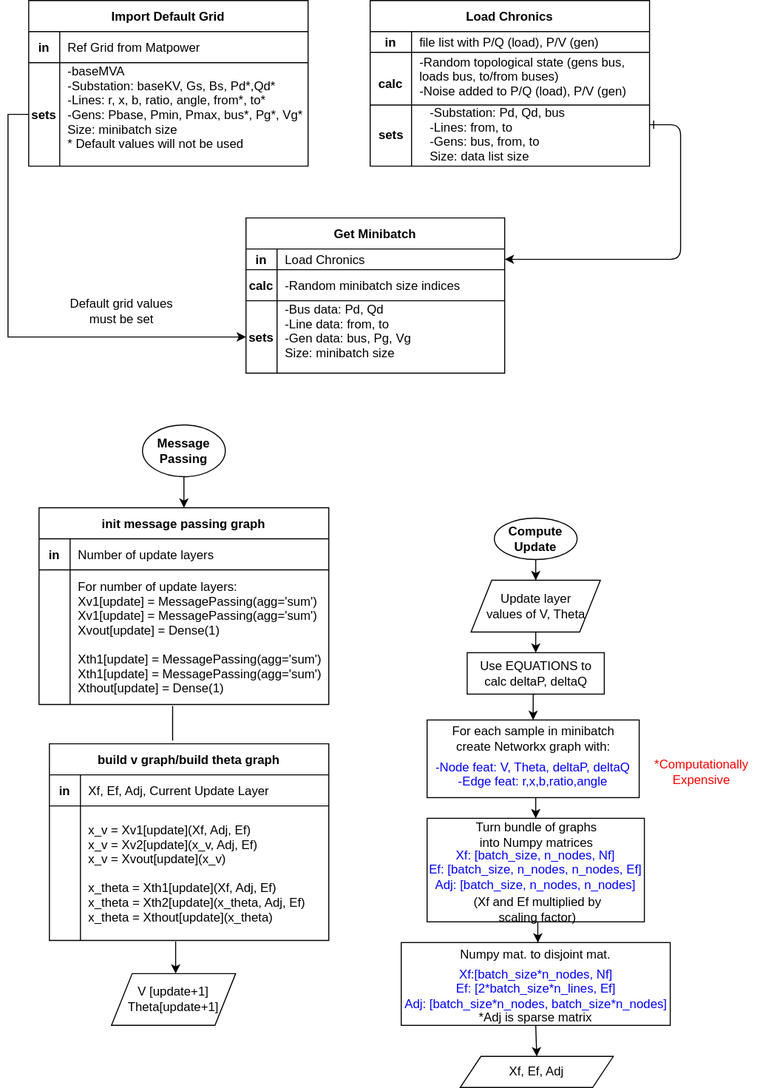
The draw.io diagram PFdiagrams.svg in tanushBee/RLC1, before a commit. Source tidied: cells renumbered, new cells last; positions are measured from the earlier drawing's top-left corner, leaving out a move shared by most shapes.
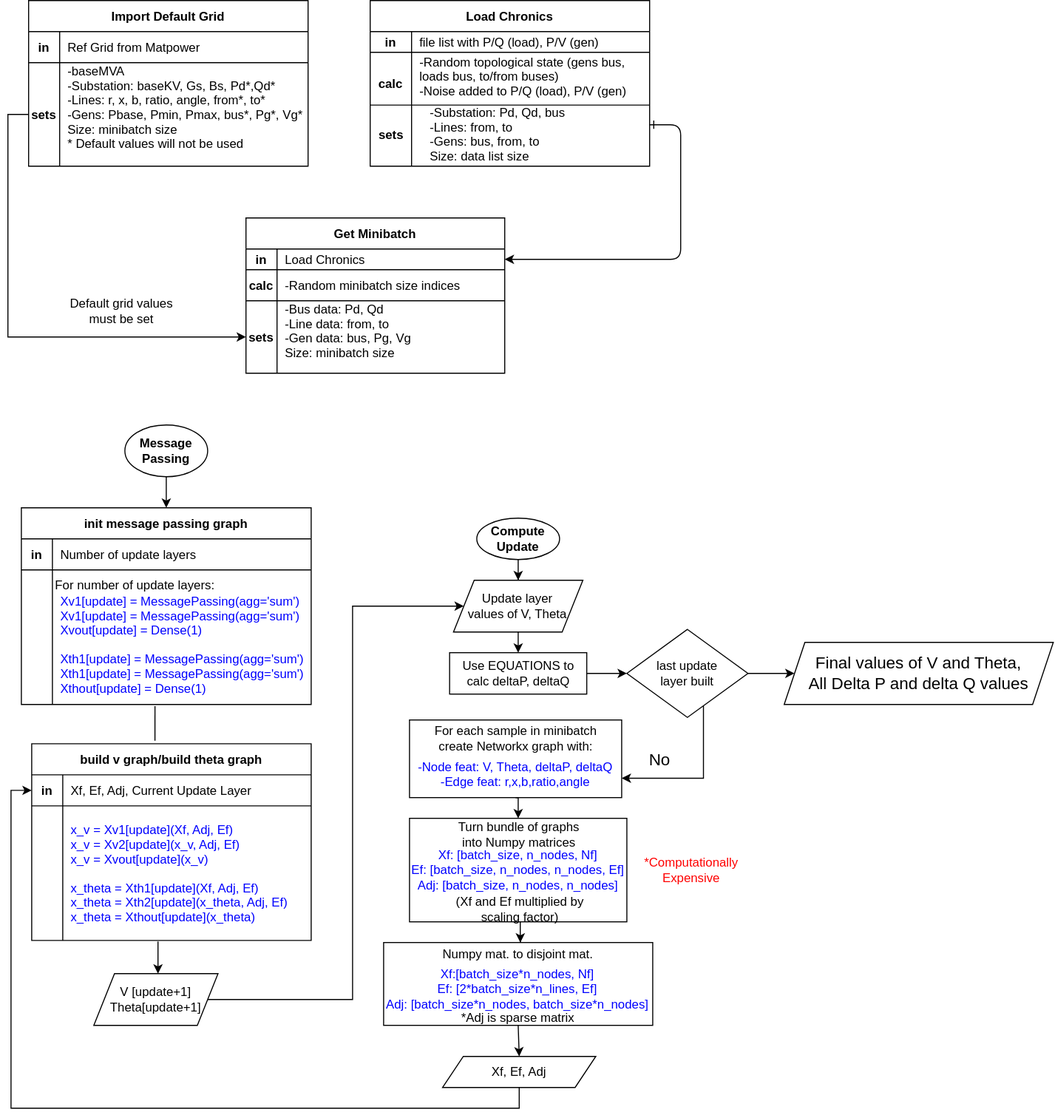
After the commit.

Change to the diagram source:
```diff
@@ -4,11 +4,11 @@
     <mxCell id="1" parent="0" />
     <mxCell id="2" style="edgeStyle=entityRelationEdgeStyle;endArrow=classic;startArrow=ERone;endFill=1;startFill=0;" parent="1" edge="1" target="15">
       <mxGeometry relative="1" as="geometry">
-        <mxPoint x="600" y="120" as="sourcePoint" />
+        <mxPoint x="617" y="120" as="sourcePoint" />
       </mxGeometry>
     </mxCell>
     <mxCell id="3" value="Load Chronics" style="shape=table;startSize=30;rowLines=0;fontStyle=1;align=center;" parent="1" vertex="1">
-      <mxGeometry x="330" width="270" height="160" as="geometry" />
+      <mxGeometry x="347" width="270" height="160" as="geometry" />
     </mxCell>
     <mxCell id="4" style="shape=partialRectangle;fillColor=none;top=0;left=0;right=0;bottom=1;" parent="3" vertex="1">
       <mxGeometry y="30" width="270" height="20" as="geometry" />
@@ -29,24 +29,24 @@
       <mxGeometry x="40" width="230" height="60" as="geometry" />
     </mxCell>
     <mxCell id="10" value="-Substation: Pd, Qd, bus&#10;-Lines: from, to&#10;-Gens: bus, from, to&#10;Size: data list size&#10;" style="shape=partialRectangle;overflow=hidden;fillColor=none;top=0;left=0;bottom=0;right=0;align=left;spacingLeft=6;" parent="1" vertex="1">
-      <mxGeometry x="380" y="100" width="220" height="70" as="geometry" />
+      <mxGeometry x="397" y="100" width="220" height="70" as="geometry" />
     </mxCell>
     <mxCell id="11" style="endArrow=none;html=1;exitX=0;exitY=0.85;exitDx=0;exitDy=0;exitPerimeter=0;" parent="1" edge="1" source="7">
       <mxGeometry relative="1" as="geometry">
-        <mxPoint x="600" y="101" as="targetPoint" />
+        <mxPoint x="617" y="101" as="targetPoint" />
       </mxGeometry>
     </mxCell>
     <mxCell id="12" value="sets" style="text;html=1;align=center;verticalAlign=middle;fontStyle=1;" parent="1" vertex="1">
-      <mxGeometry x="330" y="120" width="40" height="20" as="geometry" />
+      <mxGeometry x="347" y="120" width="40" height="20" as="geometry" />
     </mxCell>
     <mxCell id="13" style="endArrow=none;html=1;exitX=0;exitY=0.85;exitDx=0;exitDy=0;exitPerimeter=0;" parent="1" edge="1">
       <mxGeometry relative="1" as="geometry">
-        <mxPoint x="210" y="290" as="sourcePoint" />
-        <mxPoint x="460" y="290" as="targetPoint" />
+        <mxPoint x="227" y="290" as="sourcePoint" />
+        <mxPoint x="477" y="290" as="targetPoint" />
       </mxGeometry>
     </mxCell>
     <mxCell id="14" value="Get Minibatch" style="shape=table;startSize=30;rowLines=0;fontStyle=1;align=center;" parent="1" vertex="1">
-      <mxGeometry x="210" y="210" width="250" height="150" as="geometry" />
+      <mxGeometry x="227" y="210" width="250" height="150" as="geometry" />
     </mxCell>
     <mxCell id="15" style="shape=partialRectangle;fillColor=none;points=[[0,0.5],[1,0.5]];portConstraint=eastwest;top=0;left=0;right=0;bottom=1;" parent="14" vertex="1">
       <mxGeometry y="30" width="250" height="20" as="geometry" />
@@ -76,13 +76,13 @@
       <mxGeometry x="30" width="220" height="70" as="geometry" />
     </mxCell>
     <mxCell id="24" value="Default grid values must be set" style="text;html=1;strokeColor=none;fillColor=none;align=center;verticalAlign=middle;whiteSpace=wrap;rounded=0;" parent="1" vertex="1">
-      <mxGeometry x="30" y="290" width="120" height="20" as="geometry" />
+      <mxGeometry x="47" y="290" width="120" height="20" as="geometry" />
     </mxCell>
     <mxCell id="25" style="edgeStyle=orthogonalEdgeStyle;rounded=0;jettySize=auto;html=1;exitX=0;exitY=0.5;exitDx=0;exitDy=0;endArrow=classic;endFill=1;" parent="1" edge="1" source="30" target="21">
       <mxGeometry relative="1" as="geometry" />
     </mxCell>
     <mxCell id="26" value="Import Default Grid" style="shape=table;startSize=30;rowLines=0;fontStyle=1;align=center;" parent="1" vertex="1">
-      <mxGeometry width="270" height="160" as="geometry" />
+      <mxGeometry x="17" width="270" height="160" as="geometry" />
     </mxCell>
     <mxCell id="27" style="shape=partialRectangle;fillColor=none;top=0;left=0;right=0;bottom=1;" parent="26" vertex="1">
       <mxGeometry y="30" width="270" height="30" as="geometry" />
@@ -114,9 +114,9 @@
     <mxCell id="36" value="&lt;div&gt;Update layer&lt;/div&gt;&lt;div&gt;values of V, Theta&lt;br&gt;&lt;/div&gt;" style="shape=parallelogram;perimeter=parallelogramPerimeter;whiteSpace=wrap;html=1;fixedSize=1;" parent="1" vertex="1">
       <mxGeometry x="427.5" y="560" width="125" height="50" as="geometry" />
     </mxCell>
-    <mxCell id="37" style="edgeStyle=orthogonalEdgeStyle;rounded=0;jettySize=auto;html=1;exitX=0.5;exitY=1;exitDx=0;exitDy=0;entryX=0.5;entryY=0;entryDx=0;entryDy=0;endArrow=classic;endFill=1;" parent="1" edge="1" source="38" target="40">
-      <mxGeometry relative="1" as="geometry" />
-    </mxCell>
+    <mxCell id="71" style="edgeStyle=orthogonalEdgeStyle;rounded=0;jettySize=auto;html=1;exitX=1;exitY=0.5;exitDx=0;exitDy=0;entryX=0;entryY=0.5;entryDx=0;entryDy=0;endArrow=classic;endFill=1;fontColor=#000000;" parent="1" edge="1" source="38" target="77">
+      <mxGeometry relative="1" as="geometry" />
+    </mxCell>
     <mxCell id="38" value="Use EQUATIONS to calc deltaP, deltaQ" style="rounded=0;whiteSpace=wrap;html=1;" parent="1" vertex="1">
       <mxGeometry x="423.8" y="630" width="132.5" height="40" as="geometry" />
     </mxCell>
@@ -142,7 +142,7 @@
       <mxGeometry x="412" y="866" width="160" height="24" as="geometry" />
     </mxCell>
     <mxCell id="46" value="&lt;div&gt;*Computationally&lt;/div&gt;&lt;div&gt;Expensive&lt;br&gt;&lt;/div&gt;" style="text;html=1;align=center;verticalAlign=middle;fontColor=#FF0000;" parent="1" vertex="1">
-      <mxGeometry x="595" y="730" width="110" height="30" as="geometry" />
+      <mxGeometry x="602" y="825" width="110" height="30" as="geometry" />
     </mxCell>
     <mxCell id="47" value="&lt;div&gt;Numpy mat. to disjoint mat.&lt;/div&gt;&lt;div&gt;&lt;br&gt;&lt;/div&gt;&lt;div&gt;&lt;br&gt;&lt;/div&gt;&lt;div&gt;&lt;br&gt;&lt;/div&gt;&lt;div&gt;&lt;br&gt;&lt;/div&gt;" style="rounded=0;whiteSpace=wrap;html=1;" parent="1" vertex="1">
       <mxGeometry x="360" y="910" width="260" height="80" as="geometry" />
@@ -156,6 +156,15 @@
     <mxCell id="50" value="*Adj is sparse matrix" style="text;html=1;strokeColor=none;fillColor=none;align=center;verticalAlign=middle;whiteSpace=wrap;rounded=0;fontColor=#000000;" parent="1" vertex="1">
       <mxGeometry x="415" y="975" width="150" height="15" as="geometry" />
     </mxCell>
+    <mxCell id="72" style="edgeStyle=orthogonalEdgeStyle;rounded=0;jettySize=auto;html=1;entryX=0;entryY=0.5;entryDx=0;entryDy=0;endArrow=classic;endFill=1;fontColor=#000000;" parent="1" edge="1" source="51" target="65">
+      <mxGeometry relative="1" as="geometry">
+        <Array as="points">
+          <mxPoint x="491" y="1070" />
+          <mxPoint y="1070" />
+          <mxPoint y="763" />
+        </Array>
+      </mxGeometry>
+    </mxCell>
     <mxCell id="51" value="Xf, Ef, Adj" style="shape=parallelogram;perimeter=parallelogramPerimeter;whiteSpace=wrap;html=1;fixedSize=1;fontColor=#000000;" parent="1" vertex="1">
       <mxGeometry x="417" y="1020" width="148" height="30" as="geometry" />
     </mxCell>
@@ -165,6 +174,14 @@
     <mxCell id="53" value="&lt;div&gt;Message &lt;br&gt;&lt;/div&gt;&lt;div&gt;Passing&lt;br&gt;&lt;/div&gt;" style="ellipse;whiteSpace=wrap;html=1;fontColor=#000000;fontStyle=1;" parent="1" vertex="1">
       <mxGeometry x="110" y="410" width="80" height="50" as="geometry" />
     </mxCell>
+    <mxCell id="73" style="edgeStyle=orthogonalEdgeStyle;rounded=0;jettySize=auto;html=1;entryX=0;entryY=0.5;entryDx=0;entryDy=0;endArrow=classic;endFill=1;fontColor=#000000;" parent="1" edge="1" source="54" target="36">
+      <mxGeometry relative="1" as="geometry">
+        <Array as="points">
+          <mxPoint x="330" y="965" />
+          <mxPoint x="330" y="585" />
+        </Array>
+      </mxGeometry>
+    </mxCell>
     <mxCell id="54" value="&lt;div&gt;V [update+1]&lt;/div&gt;&lt;div&gt;Theta[update+1]&lt;br&gt;&lt;/div&gt;" style="shape=parallelogram;perimeter=parallelogramPerimeter;whiteSpace=wrap;html=1;fixedSize=1;fontColor=#000000;" parent="1" vertex="1">
       <mxGeometry x="80" y="940" width="120" height="50" as="geometry" />
     </mxCell>
@@ -195,7 +212,7 @@
     <mxCell id="62" style="shape=partialRectangle;overflow=hidden;fillColor=none;top=0;left=0;bottom=0;right=0;fontStyle=1;" parent="61" vertex="1">
       <mxGeometry width="30" height="130" as="geometry" />
     </mxCell>
-    <mxCell id="63" value="For number of update layers:&#10;Xv1[update] = MessagePassing(agg='sum')&#10;Xv1[update] = MessagePassing(agg='sum')&#10;Xvout[update] = Dense(1)&#10;&#10;Xth1[update] = MessagePassing(agg='sum')&#10;Xth1[update] = MessagePassing(agg='sum')&#10;Xthout[update] = Dense(1)" style="shape=partialRectangle;overflow=hidden;fillColor=none;top=0;left=0;bottom=0;right=0;align=left;spacingLeft=6;fontStyle=0;" parent="61" vertex="1">
+    <mxCell id="63" value="&#10;Xv1[update] = MessagePassing(agg='sum')&#10;Xv1[update] = MessagePassing(agg='sum')&#10;Xvout[update] = Dense(1)&#10;&#10;Xth1[update] = MessagePassing(agg='sum')&#10;Xth1[update] = MessagePassing(agg='sum')&#10;Xthout[update] = Dense(1)" style="shape=partialRectangle;overflow=hidden;fillColor=none;top=0;left=0;bottom=0;right=0;align=left;spacingLeft=6;fontStyle=0;fontColor=#0000FF;" parent="61" vertex="1">
       <mxGeometry x="30" width="250" height="130" as="geometry" />
     </mxCell>
     <mxCell id="64" value="build v graph/build theta graph" style="shape=table;startSize=30;rowLines=0;fontStyle=1;align=center;" parent="1" vertex="1">
@@ -216,8 +233,30 @@
     <mxCell id="69" style="shape=partialRectangle;overflow=hidden;fillColor=none;top=0;left=0;bottom=0;right=0;fontStyle=1;" parent="68" vertex="1">
       <mxGeometry width="30" height="130" as="geometry" />
     </mxCell>
-    <mxCell id="70" value="x_v = Xv1[update](Xf, Adj, Ef)&#10;x_v = Xv2[update](x_v, Adj, Ef)&#10;x_v = Xvout[update](x_v)&#10;&#10;x_theta = Xth1[update](Xf, Adj, Ef)&#10;x_theta = Xth2[update](x_theta, Adj, Ef)&#10;x_theta = Xthout[update](x_theta)" style="shape=partialRectangle;overflow=hidden;fillColor=none;top=0;left=0;bottom=0;right=0;align=left;spacingLeft=6;fontStyle=0;" parent="68" vertex="1">
+    <mxCell id="70" value="x_v = Xv1[update](Xf, Adj, Ef)&#10;x_v = Xv2[update](x_v, Adj, Ef)&#10;x_v = Xvout[update](x_v)&#10;&#10;x_theta = Xth1[update](Xf, Adj, Ef)&#10;x_theta = Xth2[update](x_theta, Adj, Ef)&#10;x_theta = Xthout[update](x_theta)" style="shape=partialRectangle;overflow=hidden;fillColor=none;top=0;left=0;bottom=0;right=0;align=left;spacingLeft=6;fontStyle=0;fontColor=#0000FF;" parent="68" vertex="1">
       <mxGeometry x="30" width="240" height="130" as="geometry" />
     </mxCell>
+    <mxCell id="74" value="For number of update layers:" style="text;html=1;strokeColor=none;fillColor=none;align=center;verticalAlign=middle;whiteSpace=wrap;rounded=0;" parent="1" vertex="1">
+      <mxGeometry x="30" y="555" width="180" height="20" as="geometry" />
+    </mxCell>
+    <mxCell id="75" style="edgeStyle=orthogonalEdgeStyle;rounded=0;jettySize=auto;html=1;entryX=1;entryY=0.75;entryDx=0;entryDy=0;endArrow=classic;endFill=1;fontColor=#000000;" parent="1" edge="1" source="77" target="40">
+      <mxGeometry relative="1" as="geometry">
+        <Array as="points">
+          <mxPoint x="669" y="751" />
+        </Array>
+      </mxGeometry>
+    </mxCell>
+    <mxCell id="76" style="edgeStyle=orthogonalEdgeStyle;rounded=0;jettySize=auto;html=1;entryX=0;entryY=0.5;entryDx=0;entryDy=0;endArrow=classic;endFill=1;fontSize=16;fontColor=#000000;" parent="1" edge="1" source="77" target="79">
+      <mxGeometry relative="1" as="geometry" />
+    </mxCell>
+    <mxCell id="77" value="&lt;div&gt;last update&lt;/div&gt;&lt;div&gt;layer built&lt;br&gt;&lt;/div&gt;" style="rhombus;whiteSpace=wrap;html=1;fontColor=#000000;" parent="1" vertex="1">
+      <mxGeometry x="595" y="607.5" width="117" height="85" as="geometry" />
+    </mxCell>
+    <mxCell id="78" value="No" style="text;html=1;strokeColor=none;fillColor=none;align=center;verticalAlign=middle;whiteSpace=wrap;rounded=0;fontColor=#000000;fontSize=16;" parent="1" vertex="1">
+      <mxGeometry x="607" y="723" width="40" height="20" as="geometry" />
+    </mxCell>
+    <mxCell id="79" value="&lt;div&gt;Final values of V and Theta,&lt;/div&gt;&lt;div&gt;All Delta P and delta Q values&lt;br&gt;&lt;/div&gt;" style="shape=parallelogram;perimeter=parallelogramPerimeter;whiteSpace=wrap;html=1;fixedSize=1;fontSize=16;fontColor=#000000;" parent="1" vertex="1">
+      <mxGeometry x="747" y="620" width="260" height="60" as="geometry" />
+    </mxCell>
   </root>
 </mxGraphModel>
```
